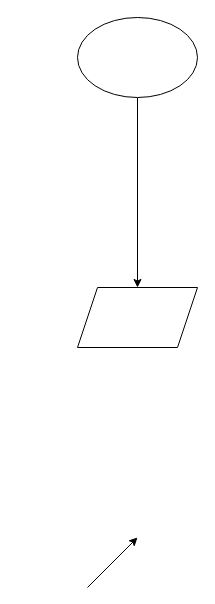
pirahansiah/pirahansiah.github.io keeps this draw.io diagram as site/pages/drawio.drawio. Above is the earlier version. Source tidied: cells renumbered, new cells numbered last; positions are measured from the earlier drawing's top-left corner, leaving out a move shared by most shapes. Both pictures are drawn from the tidied source at 100%, with x=0, y=0 at pixel (77, 17).
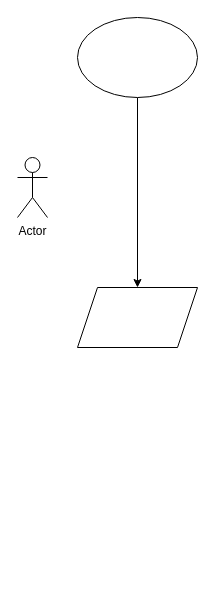
The same diagram, later.

The edit, as a diff of the source:
```diff
@@
 <mxGraphModel>
   <root>
     <mxCell id="0" />
     <mxCell id="1" parent="0" />
     <mxCell id="2" style="edgeStyle=none;html=1;entryX=0.5;entryY=0;entryDx=0;entryDy=0;flowAnimation=1;" parent="1" edge="1" source="3" target="4">
       <mxGeometry relative="1" as="geometry" />
     </mxCell>
     <mxCell id="3" style="ellipse;whiteSpace=wrap;html=1;" parent="1" vertex="1">
       <mxGeometry width="120" height="80" as="geometry" />
     </mxCell>
     <mxCell id="4" style="shape=parallelogram;perimeter=parallelogramPerimeter;whiteSpace=wrap;html=1;fixedSize=1;" parent="1" vertex="1">
       <mxGeometry y="270" width="120" height="60" as="geometry" />
     </mxCell>
-    <mxCell id="5" style="endArrow=classic;html=1;" parent="1" edge="1">
-      <mxGeometry relative="1" as="geometry">
-        <mxPoint x="10" y="570" as="sourcePoint" />
-        <mxPoint x="60" y="520" as="targetPoint" />
-      </mxGeometry>
-    </mxCell>
+    <mxCell id="6" value="Actor" style="shape=umlActor;verticalLabelPosition=bottom;verticalAlign=top;html=1;" parent="1" vertex="1">
+      <mxGeometry x="-60" y="140" width="30" height="60" as="geometry" />
+    </mxCell>
   </root>
 </mxGraphModel>
```
